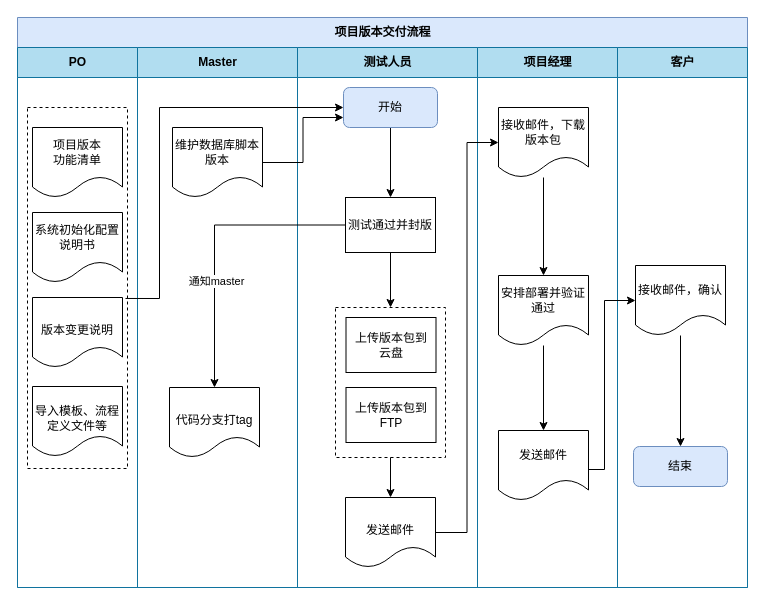
The draw.io diagram 20210214project.drawio in liaoxiaofang/automation-test, before the edit. Source tidied: cells renumbered, new cells numbered last; positions are measured from the earlier drawing's top-left corner, leaving out a move shared by most shapes. Both pictures are drawn from the tidied source at 100%, with x=0, y=0 at pixel (17, 17).
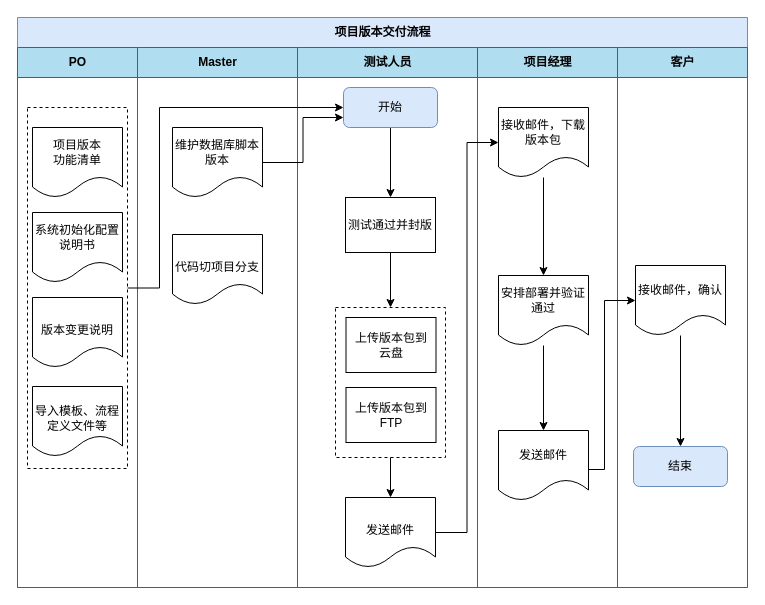
The same page after the edit.

Unchanged cells that the change refers to:
```xml
<mxCell id="2" value="项目版本交付流程" style="swimlane;html=1;startSize=30;fillColor=#dae8fc;strokeColor=#6c8ebf;" parent="1" vertex="1">
  <mxGeometry width="730" height="570" as="geometry" />
</mxCell>
<mxCell id="7" style="rounded=0;whiteSpace=wrap;html=1;fillColor=none;strokeWidth=1;dashed=1;" parent="3" vertex="1">
  <mxGeometry x="10" y="60" width="100" height="361" as="geometry" />
</mxCell>
<mxCell id="9" value="Master" style="swimlane;html=1;startSize=30;fillColor=#b1ddf0;strokeColor=#10739e;" parent="2" vertex="1">
  <mxGeometry x="120" y="30" width="160" height="540" as="geometry" />
</mxCell>
<mxCell id="14" value="开始" style="rounded=1;whiteSpace=wrap;html=1;strokeWidth=1;fillColor=#dae8fc;strokeColor=#6c8ebf;" parent="12" vertex="1">
  <mxGeometry x="46" y="40" width="94" height="40" as="geometry" />
</mxCell>
<mxCell id="15" value="测试通过并封版" style="rounded=0;whiteSpace=wrap;html=1;strokeWidth=1;fillColor=none;" parent="12" vertex="1">
  <mxGeometry x="48" y="150" width="90" height="55" as="geometry" />
</mxCell>
```

Diff of the diagram source:
```diff
@@
-    <mxCell id="11" value="&lt;br&gt;代码分支打tag" style="shape=document;whiteSpace=wrap;html=1;boundedLbl=1;strokeWidth=1;" parent="9" vertex="1">
-      <mxGeometry x="32" y="340" width="90" height="70" as="geometry" />
+    <mxCell id="11" value="&lt;br&gt;代码切项目分支" style="shape=document;whiteSpace=wrap;html=1;boundedLbl=1;strokeWidth=1;" parent="9" vertex="1">
+      <mxGeometry x="35" y="187" width="90" height="70" as="geometry" />
     </mxCell>
@@
-    <mxCell id="28" style="edgeStyle=orthogonalEdgeStyle;rounded=0;jettySize=auto;html=1;entryX=0;entryY=0.5;entryDx=0;entryDy=0;exitX=0.98;exitY=0.529;exitDx=0;exitDy=0;exitPerimeter=0;" parent="2" edge="1" source="7" target="14">
+    <mxCell id="28" style="edgeStyle=orthogonalEdgeStyle;rounded=0;jettySize=auto;html=1;entryX=0;entryY=0.5;entryDx=0;entryDy=0;exitX=1;exitY=0.5;exitDx=0;exitDy=0;" parent="2" edge="1" source="7" target="14">
       <mxGeometry relative="1" as="geometry">
         <Array as="points">
-          <mxPoint x="142" y="281" />
+          <mxPoint x="142" y="271" />
           <mxPoint x="142" y="90" />
         </Array>
       </mxGeometry>
     </mxCell>
@@
-    <mxCell id="30" style="edgeStyle=orthogonalEdgeStyle;rounded=0;jettySize=auto;html=1;exitX=0;exitY=0.5;exitDx=0;exitDy=0;" parent="2" edge="1" source="15" target="11">
-      <mxGeometry relative="1" as="geometry">
-        <Array as="points">
-          <mxPoint x="197" y="208" />
-        </Array>
-      </mxGeometry>
-    </mxCell>
-    <mxCell id="31" value="通知master" style="edgeLabel;html=1;align=center;verticalAlign=middle;" parent="30" vertex="1">
-      <mxGeometry x="0.27" y="1" relative="1" as="geometry">
-        <mxPoint y="1" as="offset" />
-      </mxGeometry>
-    </mxCell>
```
